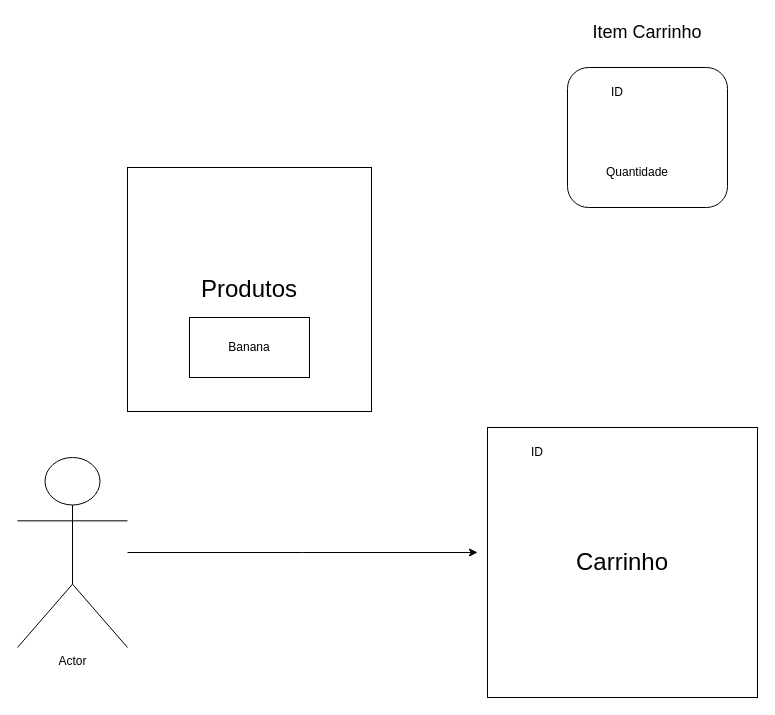
This is carrinho.drawio from mucasantos/quitanda_api_nodejs, a draw.io file, before an edit. Source tidied: cells renumbered, new cells numbered last; positions are measured from the earlier drawing's top-left corner, leaving out a move shared by most shapes. Both pictures are drawn from the tidied source at 100%, with x=0, y=0 at pixel (17, 17).
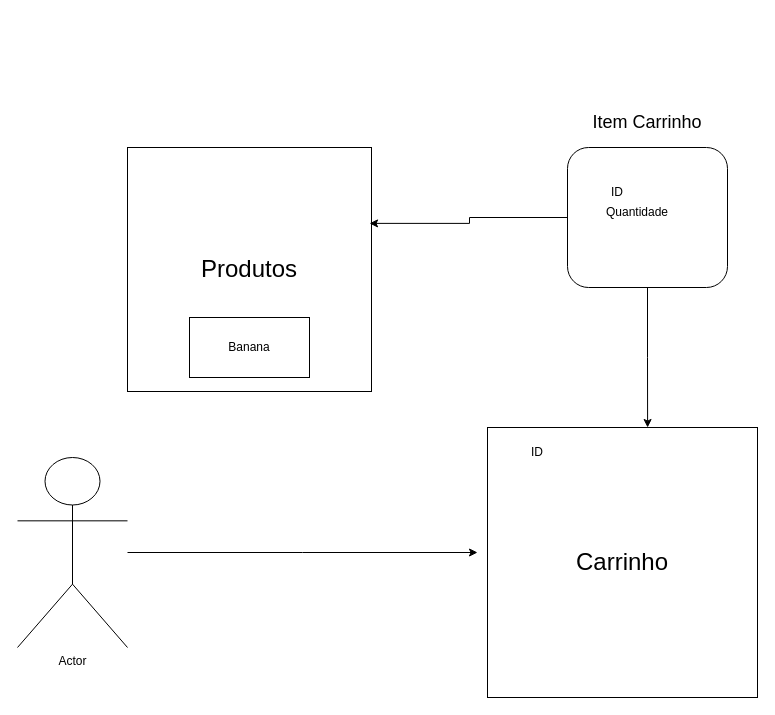
The same diagram, later.

Change to the diagram source:
```diff
@@
 <mxGraphModel>
   <root>
     <mxCell id="0" />
     <mxCell id="1" parent="0" />
     <mxCell id="2" value="&lt;font style=&quot;font-size: 24px;&quot;&gt;Produtos&lt;/font&gt;" style="whiteSpace=wrap;html=1;" parent="1" vertex="1">
-      <mxGeometry x="110" y="150" width="244" height="244" as="geometry" />
+      <mxGeometry x="110" y="130" width="244" height="244" as="geometry" />
     </mxCell>
     <mxCell id="3" style="edgeStyle=orthogonalEdgeStyle;rounded=0;jettySize=auto;html=1;" parent="1" edge="1" source="4">
       <mxGeometry relative="1" as="geometry">
         <mxPoint x="460" y="535" as="targetPoint" />
       </mxGeometry>
     </mxCell>
     <mxCell id="4" value="Actor" style="shape=umlActor;verticalLabelPosition=bottom;verticalAlign=top;html=1;outlineConnect=0;" parent="1" vertex="1">
       <mxGeometry y="440" width="110" height="190" as="geometry" />
     </mxCell>
     <mxCell id="5" value="&lt;span style=&quot;font-size: 24px;&quot;&gt;Carrinho&lt;/span&gt;" style="whiteSpace=wrap;html=1;" parent="1" vertex="1">
       <mxGeometry x="470" y="410" width="270" height="270" as="geometry" />
     </mxCell>
     <mxCell id="6" value="ID" style="text;html=1;align=center;verticalAlign=middle;whiteSpace=wrap;rounded=0;" parent="1" vertex="1">
       <mxGeometry x="490" y="420" width="60" height="30" as="geometry" />
     </mxCell>
     <mxCell id="7" style="rounded=1;whiteSpace=wrap;html=1;" parent="1" vertex="1">
-      <mxGeometry x="550" y="50" width="160" height="140" as="geometry" />
+      <mxGeometry x="550" y="130" width="160" height="140" as="geometry" />
     </mxCell>
     <mxCell id="8" value="Banana" style="rounded=0;whiteSpace=wrap;html=1;" parent="1" vertex="1">
       <mxGeometry x="172" y="300" width="120" height="60" as="geometry" />
     </mxCell>
     <mxCell id="9" value="ID" style="text;html=1;align=center;verticalAlign=middle;whiteSpace=wrap;rounded=0;" parent="1" vertex="1">
-      <mxGeometry x="570" y="60" width="60" height="30" as="geometry" />
+      <mxGeometry x="570" y="160" width="60" height="30" as="geometry" />
     </mxCell>
     <mxCell id="10" value="Quantidade" style="text;html=1;align=center;verticalAlign=middle;whiteSpace=wrap;rounded=0;" parent="1" vertex="1">
-      <mxGeometry x="590" y="140" width="60" height="30" as="geometry" />
+      <mxGeometry x="590" y="180" width="60" height="30" as="geometry" />
     </mxCell>
     <mxCell id="11" value="&lt;font style=&quot;font-size: 18px;&quot;&gt;Item Carrinho&lt;/font&gt;" style="text;html=1;align=center;verticalAlign=middle;whiteSpace=wrap;rounded=0;" parent="1" vertex="1">
-      <mxGeometry x="570" width="120" height="30" as="geometry" />
+      <mxGeometry x="570" y="90" width="120" height="30" as="geometry" />
     </mxCell>
+    <mxCell id="12" style="edgeStyle=orthogonalEdgeStyle;rounded=0;jettySize=auto;html=1;entryX=0.593;entryY=0;entryDx=0;entryDy=0;entryPerimeter=0;" parent="1" edge="1" source="7" target="5">
+      <mxGeometry relative="1" as="geometry" />
+    </mxCell>
+    <mxCell id="13" style="edgeStyle=orthogonalEdgeStyle;rounded=0;jettySize=auto;html=1;entryX=0.992;entryY=0.311;entryDx=0;entryDy=0;entryPerimeter=0;" parent="1" edge="1" source="7" target="2">
+      <mxGeometry relative="1" as="geometry" />
+    </mxCell>
   </root>
 </mxGraphModel>
```
